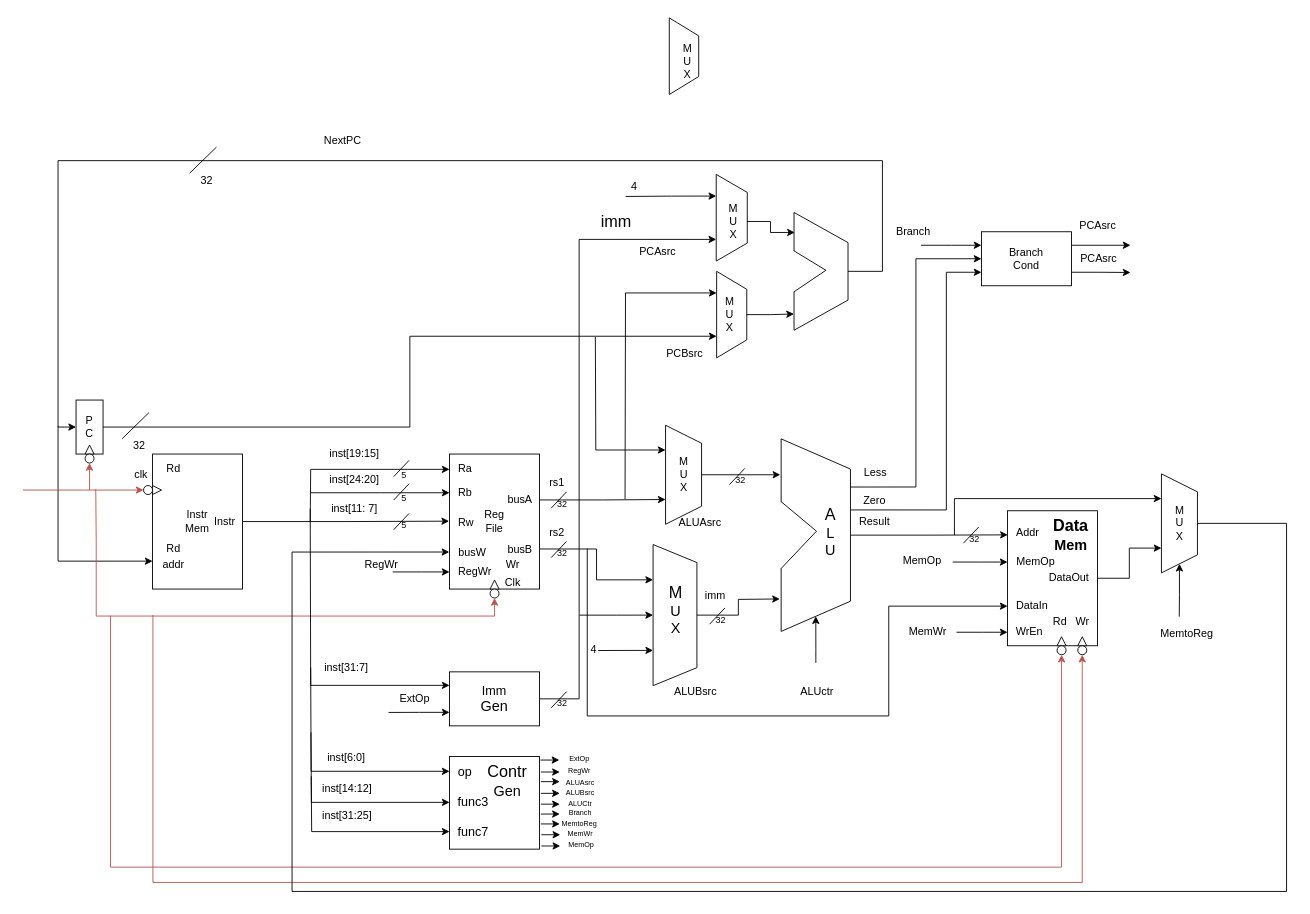
Earlier version of the draw.io diagram riscv32-single.drawio (harder-er/LoongArch_learning). Source tidied: cells renumbered, new cells numbered last; positions are measured from the earlier drawing's top-left corner, leaving out a move shared by most shapes. Both pictures are drawn from the tidied source at 90%, with x=0, y=0 at pixel (22, 15).
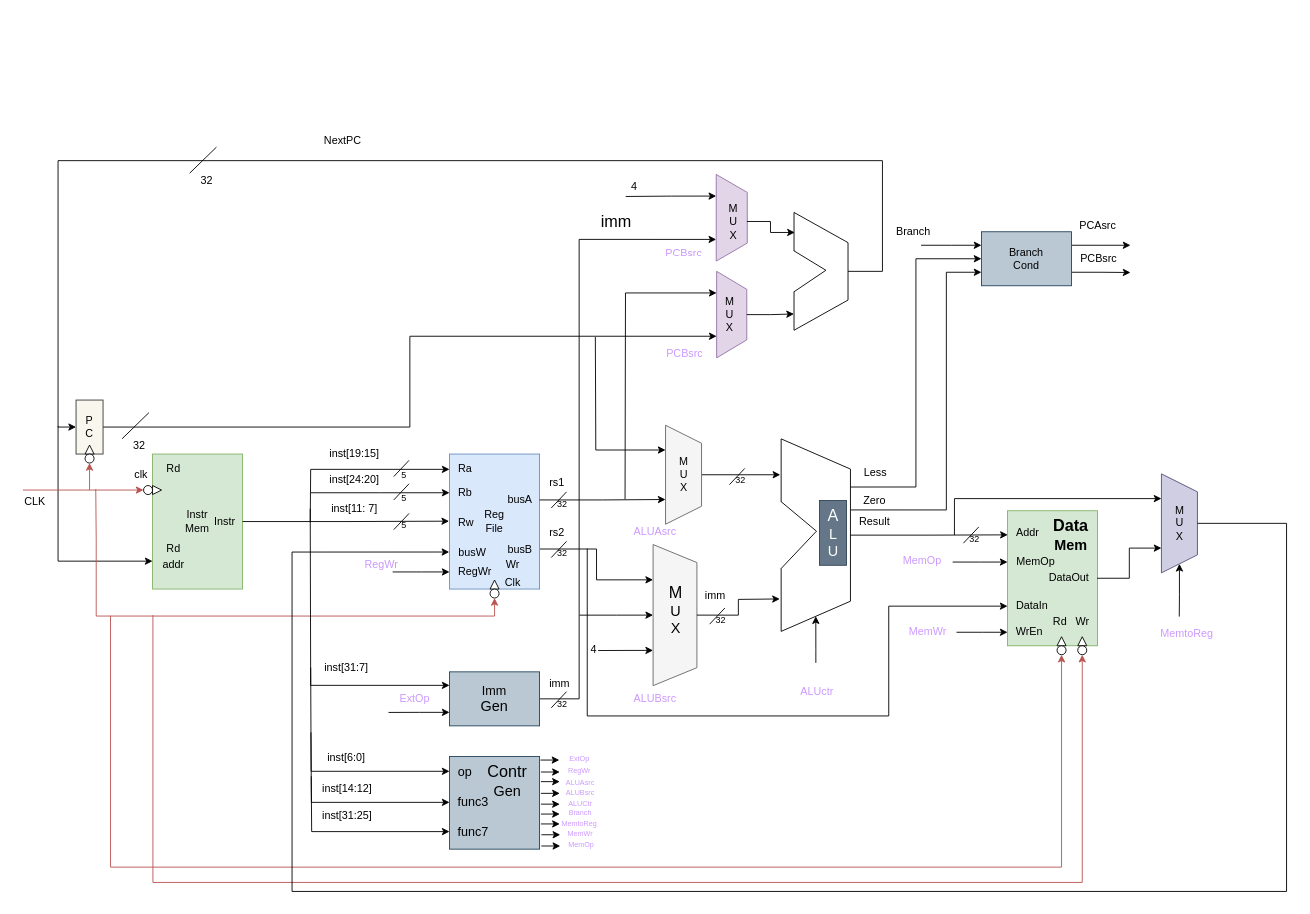
Above is the later version.

The change refers to these unchanged cells:
```xml
<mxCell id="22" style="group;" parent="1" vertex="1">
  <mxGeometry x="714" y="455" width="40" height="110" as="geometry" />
</mxCell>
<mxCell id="27" style="group;" parent="1" vertex="1">
  <mxGeometry x="827" y="517" width="160.9" height="151" as="geometry" />
</mxCell>
<mxCell id="36" style="group;" parent="1" vertex="1">
  <mxGeometry x="770" y="286" width="35" height="92" as="geometry" />
</mxCell>
<mxCell id="43" style="group;" parent="1" vertex="1">
  <mxGeometry x="770" y="177" width="35" height="95" as="geometry" />
</mxCell>
<mxCell id="47" style="group;" parent="1" vertex="1">
  <mxGeometry x="1265" y="509" width="40" height="110" as="geometry" />
</mxCell>
<mxCell id="65" style="group;" parent="1" vertex="1">
  <mxGeometry x="696" y="599" width="57" height="134" as="geometry" />
</mxCell>
```

Diff of the diagram source:
```diff
@@
-    <mxCell id="3" value="P&lt;div&gt;C&lt;/div&gt;" style="html=1;dashed=0;whiteSpace=wrap;" parent="1" vertex="1">
+    <mxCell id="3" value="P&lt;div&gt;C&lt;/div&gt;" style="html=1;dashed=0;whiteSpace=wrap;fillColor=#f9f7ed;strokeColor=#36393d;" parent="1" vertex="1">
       <mxGeometry x="59" y="427" width="30" height="60" as="geometry" />
     </mxCell>
@@
-    <mxCell id="8" value="Instr&lt;div&gt;Mem&lt;/div&gt;" style="html=1;dashed=0;whiteSpace=wrap;" parent="1" vertex="1">
+    <mxCell id="8" value="Instr&lt;div&gt;Mem&lt;/div&gt;" style="html=1;dashed=0;whiteSpace=wrap;fillColor=#d5e8d4;strokeColor=#82b366;" parent="1" vertex="1">
       <mxGeometry x="144" y="487" width="100" height="150" as="geometry" />
     </mxCell>
@@
-    <mxCell id="13" value="Reg&lt;div&gt;File&lt;/div&gt;" style="html=1;dashed=0;whiteSpace=wrap;" parent="1" vertex="1">
+    <mxCell id="13" value="Reg&lt;div&gt;File&lt;/div&gt;" style="html=1;dashed=0;whiteSpace=wrap;fillColor=#dae8fc;strokeColor=#6c8ebf;" parent="1" vertex="1">
       <mxGeometry x="474" y="487" width="100" height="150" as="geometry" />
     </mxCell>
@@
-    <mxCell id="20" value="&lt;font style=&quot;font-size: 14px;&quot;&gt;Imm&lt;/font&gt;&lt;div&gt;&lt;font size=&quot;3&quot;&gt;Gen&lt;/font&gt;&lt;/div&gt;" style="html=1;dashed=0;whiteSpace=wrap;" parent="1" vertex="1">
+    <mxCell id="20" value="&lt;font style=&quot;font-size: 14px;&quot;&gt;Imm&lt;/font&gt;&lt;div&gt;&lt;font size=&quot;3&quot;&gt;Gen&lt;/font&gt;&lt;/div&gt;" style="html=1;dashed=0;whiteSpace=wrap;fillColor=#bac8d3;strokeColor=#23445d;" parent="1" vertex="1">
       <mxGeometry x="474" y="729" width="100" height="60" as="geometry" />
     </mxCell>
-    <mxCell id="21" style="html=1;dashed=0;whiteSpace=wrap;" parent="1" vertex="1">
+    <mxCell id="21" style="html=1;dashed=0;whiteSpace=wrap;fillColor=#bac8d3;strokeColor=#23445d;" parent="1" vertex="1">
       <mxGeometry x="474" y="823" width="100" height="103" as="geometry" />
     </mxCell>
@@
-    <mxCell id="25" style="shape=trapezoid;perimeter=trapezoidPerimeter;whiteSpace=wrap;html=1;fixedSize=1;size=20;rotation=90;" parent="22" vertex="1">
+    <mxCell id="25" style="shape=trapezoid;perimeter=trapezoidPerimeter;whiteSpace=wrap;html=1;fixedSize=1;size=20;rotation=90;fillColor=#f5f5f5;fontColor=#333333;strokeColor=#666666;" parent="22" vertex="1">
       <mxGeometry x="-35" y="35" width="110" height="40" as="geometry" />
     </mxCell>
@@
-    <mxCell id="30" value="&lt;font style=&quot;font-size: 18px;&quot;&gt;A&lt;/font&gt;&lt;div&gt;&lt;font size=&quot;3&quot;&gt;L&lt;/font&gt;&lt;/div&gt;&lt;div&gt;&lt;font size=&quot;3&quot;&gt;U&lt;/font&gt;&lt;/div&gt;" style="text;html=1;align=center;verticalAlign=middle;strokeColor=none;fillColor=none;" parent="27" vertex="1">
-      <mxGeometry x="55" y="21" width="30" height="72" as="geometry" />
+    <mxCell id="30" value="&lt;font style=&quot;font-size: 18px;&quot;&gt;A&lt;/font&gt;&lt;div&gt;&lt;font size=&quot;3&quot;&gt;L&lt;/font&gt;&lt;/div&gt;&lt;div&gt;&lt;font size=&quot;3&quot;&gt;U&lt;/font&gt;&lt;/div&gt;" style="text;html=1;align=center;verticalAlign=middle;strokeColor=#314354;fillColor=#647687;fontColor=#ffffff;" parent="27" vertex="1">
+      <mxGeometry x="58" y="21.6" width="30" height="72" as="geometry" />
     </mxCell>
@@
-    <mxCell id="38" style="shape=trapezoid;perimeter=trapezoidPerimeter;whiteSpace=wrap;html=1;fixedSize=1;size=20;rotation=90;" parent="36" vertex="1">
+    <mxCell id="38" style="shape=trapezoid;perimeter=trapezoidPerimeter;whiteSpace=wrap;html=1;fixedSize=1;size=20;rotation=90;fillColor=#e1d5e7;strokeColor=#9673a6;" parent="36" vertex="1">
       <mxGeometry x="-30.6" y="29.3" width="96.2" height="33.5" as="geometry" />
     </mxCell>
@@
-    <mxCell id="40" style="group;" parent="1" vertex="1">
-      <mxGeometry x="719" width="31" height="90" as="geometry" />
-    </mxCell>
-    <mxCell id="41" style="shape=trapezoid;perimeter=trapezoidPerimeter;whiteSpace=wrap;html=1;fixedSize=1;size=20;rotation=90;" parent="40" vertex="1">
-      <mxGeometry x="-27.1" y="28.6" width="85.2" height="32.7" as="geometry" />
-    </mxCell>
-    <mxCell id="42" value="M&lt;div&gt;U&lt;/div&gt;&lt;div&gt;X&lt;/div&gt;" style="text;html=1;align=center;verticalAlign=middle;strokeColor=none;fillColor=none;" parent="40" vertex="1">
-      <mxGeometry x="3.9" y="20.5" width="30" height="60" as="geometry" />
-    </mxCell>
@@
-    <mxCell id="45" style="shape=trapezoid;perimeter=trapezoidPerimeter;whiteSpace=wrap;html=1;fixedSize=1;size=20;rotation=90;" parent="43" vertex="1">
+    <mxCell id="45" style="shape=trapezoid;perimeter=trapezoidPerimeter;whiteSpace=wrap;html=1;fixedSize=1;size=20;rotation=90;fillColor=#e1d5e7;strokeColor=#9673a6;" parent="43" vertex="1">
       <mxGeometry x="-30.6" y="30.2" width="96.3" height="34.5" as="geometry" />
     </mxCell>
@@
-    <mxCell id="50" style="shape=trapezoid;perimeter=trapezoidPerimeter;whiteSpace=wrap;html=1;fixedSize=1;size=20;rotation=90;" parent="47" vertex="1">
+    <mxCell id="50" style="shape=trapezoid;perimeter=trapezoidPerimeter;whiteSpace=wrap;html=1;fixedSize=1;size=20;rotation=90;fillColor=#d0cee2;strokeColor=#56517e;" parent="47" vertex="1">
       <mxGeometry x="-35" y="35" width="110" height="40" as="geometry" />
     </mxCell>
@@
-    <mxCell id="57" style="html=1;dashed=0;whiteSpace=wrap;" parent="1" vertex="1">
+    <mxCell id="57" style="html=1;dashed=0;whiteSpace=wrap;fillColor=#d5e8d4;strokeColor=#82b366;" parent="1" vertex="1">
       <mxGeometry x="1094" y="550" width="100" height="150" as="geometry" />
     </mxCell>
@@
-    <mxCell id="64" value="Branch&lt;div&gt;Cond&lt;/div&gt;" style="html=1;dashed=0;whiteSpace=wrap;" parent="1" vertex="1">
+    <mxCell id="64" value="Branch&lt;div&gt;Cond&lt;/div&gt;" style="html=1;dashed=0;whiteSpace=wrap;fillColor=#bac8d3;strokeColor=#23445d;" parent="1" vertex="1">
       <mxGeometry x="1065" y="240" width="100" height="60" as="geometry" />
     </mxCell>
@@
-    <mxCell id="68" style="shape=trapezoid;perimeter=trapezoidPerimeter;whiteSpace=wrap;html=1;fixedSize=1;size=20;rotation=90;" parent="65" vertex="1">
+    <mxCell id="68" style="shape=trapezoid;perimeter=trapezoidPerimeter;whiteSpace=wrap;html=1;fixedSize=1;size=20;rotation=90;fillColor=#f5f5f5;fontColor=#333333;strokeColor=#666666;" parent="65" vertex="1">
       <mxGeometry x="-49.9" y="42.6" width="156.8" height="48.7" as="geometry" />
     </mxCell>
@@
-    <mxCell id="110" value="&lt;font style=&quot;font-size: 8px;&quot;&gt;ExtOp&lt;/font&gt;" style="text;html=1;align=center;verticalAlign=middle;strokeColor=none;fillColor=none;" parent="1" vertex="1">
+    <mxCell id="110" value="&lt;font style=&quot;font-size: 8px;&quot;&gt;ExtOp&lt;/font&gt;" style="text;html=1;align=center;verticalAlign=middle;strokeColor=none;fillColor=none;fontColor=#CC99FF;" parent="1" vertex="1">
       <mxGeometry x="598" y="812" width="40" height="26" as="geometry" />
     </mxCell>
-    <mxCell id="111" value="&lt;font style=&quot;font-size: 8px;&quot;&gt;RegWr&lt;/font&gt;" style="text;html=1;align=center;verticalAlign=middle;strokeColor=none;fillColor=none;" parent="1" vertex="1">
+    <mxCell id="111" value="&lt;font style=&quot;font-size: 8px;&quot;&gt;RegWr&lt;/font&gt;" style="text;html=1;align=center;verticalAlign=middle;strokeColor=none;fillColor=none;fontColor=#CC99FF;" parent="1" vertex="1">
       <mxGeometry x="596.5" y="825" width="43" height="26" as="geometry" />
     </mxCell>
-    <mxCell id="112" value="&lt;font style=&quot;font-size: 8px;&quot;&gt;ALUAsrc&lt;/font&gt;" style="text;html=1;align=center;verticalAlign=middle;strokeColor=none;fillColor=none;" parent="1" vertex="1">
+    <mxCell id="112" value="&lt;font style=&quot;font-size: 8px;&quot;&gt;ALUAsrc&lt;/font&gt;" style="text;html=1;align=center;verticalAlign=middle;strokeColor=none;fillColor=none;fontColor=#CC99FF;" parent="1" vertex="1">
       <mxGeometry x="593.5" y="838" width="50" height="26" as="geometry" />
     </mxCell>
-    <mxCell id="113" value="&lt;font style=&quot;font-size: 8px;&quot;&gt;ALUBsrc&lt;/font&gt;" style="text;html=1;align=center;verticalAlign=middle;strokeColor=none;fillColor=none;" parent="1" vertex="1">
+    <mxCell id="113" value="&lt;font style=&quot;font-size: 8px;&quot;&gt;ALUBsrc&lt;/font&gt;" style="text;html=1;align=center;verticalAlign=middle;strokeColor=none;fillColor=none;fontColor=#CC99FF;" parent="1" vertex="1">
       <mxGeometry x="593.5" y="849" width="50" height="26" as="geometry" />
     </mxCell>
-    <mxCell id="114" value="&lt;font style=&quot;font-size: 8px;&quot;&gt;ALUCtr&lt;/font&gt;" style="text;html=1;align=center;verticalAlign=middle;strokeColor=none;fillColor=none;" parent="1" vertex="1">
+    <mxCell id="114" value="&lt;font style=&quot;font-size: 8px;&quot;&gt;ALUCtr&lt;/font&gt;" style="text;html=1;align=center;verticalAlign=middle;strokeColor=none;fillColor=none;fontColor=#CC99FF;" parent="1" vertex="1">
       <mxGeometry x="596.5" y="861" width="44" height="26" as="geometry" />
     </mxCell>
-    <mxCell id="115" value="&lt;font style=&quot;font-size: 8px;&quot;&gt;Branch&lt;/font&gt;" style="text;html=1;align=center;verticalAlign=middle;strokeColor=none;fillColor=none;" parent="1" vertex="1">
+    <mxCell id="115" value="&lt;font style=&quot;font-size: 8px;&quot;&gt;Branch&lt;/font&gt;" style="text;html=1;align=center;verticalAlign=middle;strokeColor=none;fillColor=none;fontColor=#CC99FF;" parent="1" vertex="1">
       <mxGeometry x="597" y="872" width="43" height="26" as="geometry" />
     </mxCell>
-    <mxCell id="116" value="&lt;font style=&quot;font-size: 8px;&quot;&gt;MemtoReg&lt;/font&gt;" style="text;html=1;align=center;verticalAlign=middle;strokeColor=none;fillColor=none;" parent="1" vertex="1">
+    <mxCell id="116" value="&lt;font style=&quot;font-size: 8px;&quot;&gt;MemtoReg&lt;/font&gt;" style="text;html=1;align=center;verticalAlign=middle;strokeColor=none;fillColor=none;fontColor=#CC99FF;" parent="1" vertex="1">
       <mxGeometry x="589.5" y="884" width="57" height="26" as="geometry" />
     </mxCell>
-    <mxCell id="117" value="&lt;font style=&quot;font-size: 8px;&quot;&gt;MemWr&lt;/font&gt;" style="text;html=1;align=center;verticalAlign=middle;strokeColor=none;fillColor=none;" parent="1" vertex="1">
+    <mxCell id="117" value="&lt;font style=&quot;font-size: 8px;&quot;&gt;MemWr&lt;/font&gt;" style="text;html=1;align=center;verticalAlign=middle;strokeColor=none;fillColor=none;fontColor=#CC99FF;" parent="1" vertex="1">
       <mxGeometry x="596" y="895" width="46" height="26" as="geometry" />
     </mxCell>
-    <mxCell id="118" value="&lt;font style=&quot;font-size: 8px;&quot;&gt;MemOp&lt;/font&gt;" style="text;html=1;align=center;verticalAlign=middle;strokeColor=none;fillColor=none;" parent="1" vertex="1">
+    <mxCell id="118" value="&lt;font style=&quot;font-size: 8px;&quot;&gt;MemOp&lt;/font&gt;" style="text;html=1;align=center;verticalAlign=middle;strokeColor=none;fillColor=none;fontColor=#CC99FF;" parent="1" vertex="1">
       <mxGeometry x="597" y="907" width="46" height="26" as="geometry" />
     </mxCell>
@@
-    <mxCell id="129" value="ExtOp" style="text;html=1;align=center;verticalAlign=middle;strokeColor=none;fillColor=none;" parent="1" vertex="1">
+    <mxCell id="129" value="ExtOp" style="text;html=1;align=center;verticalAlign=middle;strokeColor=none;fillColor=none;fontColor=#CC99FF;" parent="1" vertex="1">
       <mxGeometry x="409" y="746" width="51" height="26" as="geometry" />
     </mxCell>
@@
-    <mxCell id="155" value="PCAsrc" style="text;html=1;align=center;verticalAlign=middle;strokeColor=none;fillColor=none;" parent="1" vertex="1">
+    <mxCell id="155" value="PCBsrc" style="text;html=1;align=center;verticalAlign=middle;strokeColor=none;fillColor=none;" parent="1" vertex="1">
       <mxGeometry x="1165" y="257" width="59" height="26" as="geometry" />
     </mxCell>
@@
-    <mxCell id="160" value="MemtoReg" style="text;html=1;align=center;verticalAlign=middle;strokeColor=none;fillColor=none;" parent="1" vertex="1">
+    <mxCell id="160" value="MemtoReg" style="text;html=1;align=center;verticalAlign=middle;strokeColor=none;fillColor=none;fontColor=#CC99FF;" parent="1" vertex="1">
       <mxGeometry x="1254" y="674" width="77" height="26" as="geometry" />
     </mxCell>
-    <mxCell id="161" value="PCAsrc" style="text;html=1;align=center;verticalAlign=middle;strokeColor=none;fillColor=none;" parent="1" vertex="1">
-      <mxGeometry x="675" y="249" width="59" height="26" as="geometry" />
+    <mxCell id="161" value="PCBsrc" style="text;html=1;align=center;verticalAlign=middle;strokeColor=none;fillColor=none;fontColor=#CC99FF;" parent="1" vertex="1">
+      <mxGeometry x="704.5" y="251" width="59" height="26" as="geometry" />
     </mxCell>
-    <mxCell id="162" value="PCBsrc" style="text;html=1;align=center;verticalAlign=middle;strokeColor=none;fillColor=none;" parent="1" vertex="1">
+    <mxCell id="162" value="PCBsrc" style="text;html=1;align=center;verticalAlign=middle;strokeColor=none;fillColor=none;fontColor=#CC99FF;" parent="1" vertex="1">
       <mxGeometry x="705" y="363" width="59" height="26" as="geometry" />
     </mxCell>
@@
-    <mxCell id="169" value="ALUAsrc" style="text;html=1;align=center;verticalAlign=middle;strokeColor=none;fillColor=none;" parent="1" vertex="1">
-      <mxGeometry x="719" y="551" width="65" height="26" as="geometry" />
+    <mxCell id="169" value="ALUAsrc" style="text;html=1;align=center;verticalAlign=middle;strokeColor=none;fillColor=none;fontColor=#CC99FF;" parent="1" vertex="1">
+      <mxGeometry x="669" y="561" width="65" height="26" as="geometry" />
     </mxCell>
-    <mxCell id="170" value="ALUBsrc" style="text;html=1;align=center;verticalAlign=middle;strokeColor=none;fillColor=none;" parent="1" vertex="1">
-      <mxGeometry x="714" y="738" width="65" height="26" as="geometry" />
+    <mxCell id="170" value="ALUBsrc" style="text;html=1;align=center;verticalAlign=middle;strokeColor=none;fillColor=none;fontColor=#CC99FF;" parent="1" vertex="1">
+      <mxGeometry x="669" y="746" width="65" height="26" as="geometry" />
     </mxCell>
-    <mxCell id="171" value="ALUctr" style="text;html=1;align=center;verticalAlign=middle;strokeColor=none;fillColor=none;" parent="1" vertex="1">
+    <mxCell id="171" value="ALUctr" style="text;html=1;align=center;verticalAlign=middle;strokeColor=none;fillColor=none;fontColor=#CC99FF;" parent="1" vertex="1">
       <mxGeometry x="854" y="738" width="55" height="26" as="geometry" />
     </mxCell>
-    <mxCell id="172" value="MemOp" style="text;html=1;align=center;verticalAlign=middle;strokeColor=none;fillColor=none;" parent="1" vertex="1">
+    <mxCell id="172" value="MemOp" style="text;html=1;align=center;verticalAlign=middle;strokeColor=none;fillColor=none;fontColor=#CC99FF;" parent="1" vertex="1">
       <mxGeometry x="968" y="593" width="61" height="26" as="geometry" />
     </mxCell>
-    <mxCell id="173" value="MemWr" style="text;html=1;align=center;verticalAlign=middle;strokeColor=none;fillColor=none;" parent="1" vertex="1">
+    <mxCell id="173" value="MemWr" style="text;html=1;align=center;verticalAlign=middle;strokeColor=none;fillColor=none;fontColor=#CC99FF;" parent="1" vertex="1">
       <mxGeometry x="975" y="672" width="60" height="26" as="geometry" />
     </mxCell>
@@
-    <mxCell id="175" value="RegWr" style="text;html=1;align=center;verticalAlign=middle;strokeColor=none;fillColor=none;" parent="1" vertex="1">
+    <mxCell id="175" value="RegWr" style="text;html=1;align=center;verticalAlign=middle;strokeColor=none;fillColor=none;fontColor=#CC99FF;" parent="1" vertex="1">
       <mxGeometry x="370" y="597" width="55" height="26" as="geometry" />
     </mxCell>
@@
+    <mxCell id="188" value="imm" style="text;html=1;align=center;verticalAlign=middle;strokeColor=none;fillColor=none;" parent="1" vertex="1">
+      <mxGeometry x="575" y="729" width="41" height="26" as="geometry" />
+    </mxCell>
+    <mxCell id="189" value="CLK" style="text;html=1;align=center;verticalAlign=middle;strokeColor=none;fillColor=none;" parent="1" vertex="1">
+      <mxGeometry x="-8" y="527" width="41" height="26" as="geometry" />
+    </mxCell>
```
